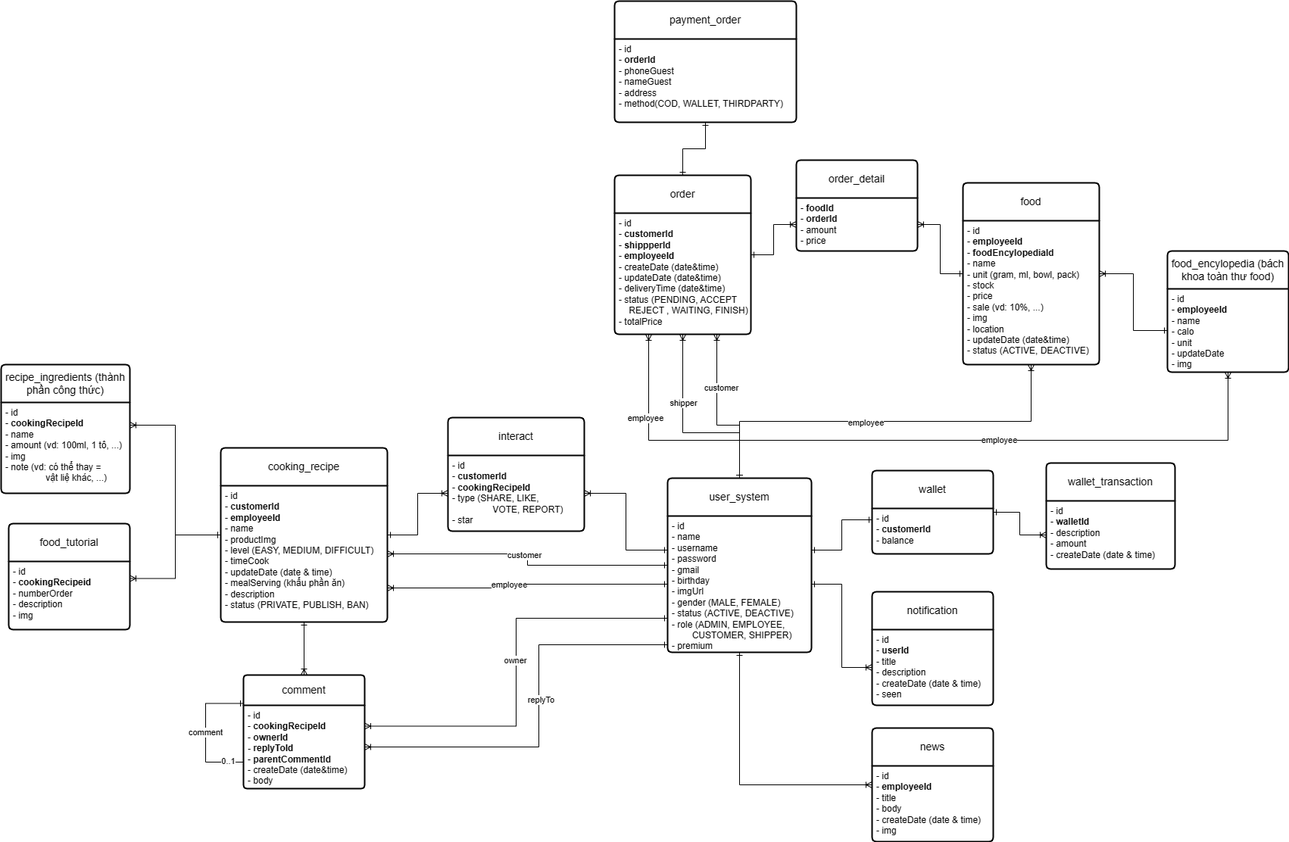
Above: Documents/energy_handbook-database.drawio.png in BlueEyesssss/energy-handbook (draw.io), before the change. Source tidied: cells renumbered, new cells last; positions are measured from the earlier drawing's top-left corner, leaving out a move shared by most shapes.
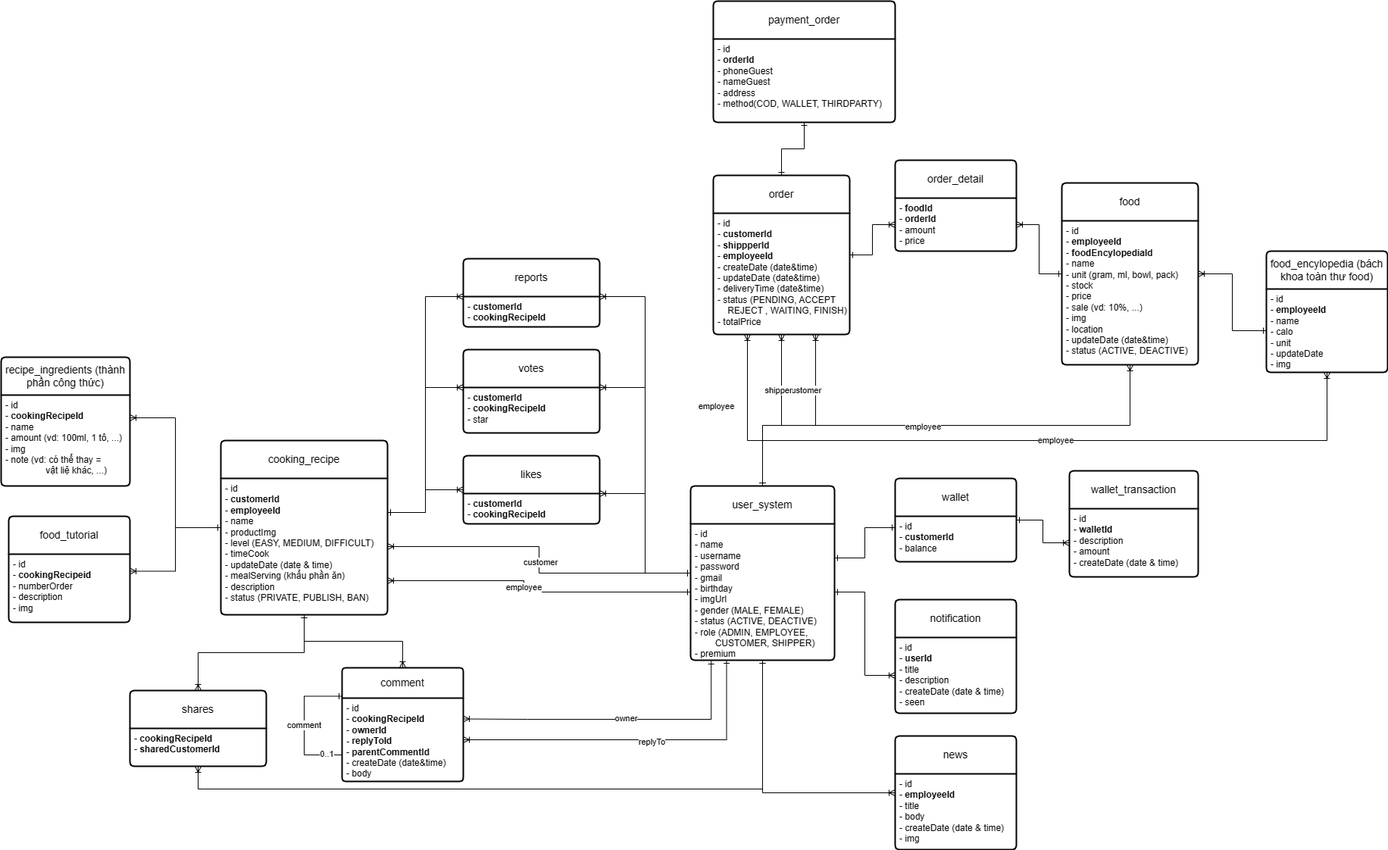
After the change.

The edit, as a diff of the source:
```diff
@@ -4,5 +4,2 @@
     <mxCell id="1" parent="0" />
-    <mxCell id="2" style="edgeStyle=orthogonalEdgeStyle;rounded=0;jettySize=auto;html=1;entryX=1;entryY=0.5;entryDx=0;entryDy=0;startArrow=ERone;startFill=0;endArrow=ERoneToMany;endFill=0;exitX=0;exitY=0.25;exitDx=0;exitDy=0;" parent="1" edge="1" source="18" target="48">
-      <mxGeometry relative="1" as="geometry" />
-    </mxCell>
     <mxCell id="3" style="edgeStyle=orthogonalEdgeStyle;rounded=0;jettySize=auto;html=1;entryX=1;entryY=0.5;entryDx=0;entryDy=0;startArrow=ERone;startFill=0;endArrow=ERoneToMany;endFill=0;" parent="1" edge="1" source="17" target="27">
@@ -12,3 +9,3 @@
       <mxGeometry x="0.16" y="1" relative="1" as="geometry">
-        <mxPoint x="19" as="offset" />
+        <mxPoint x="19" y="19" as="offset" />
       </mxGeometry>
@@ -24,3 +21,3 @@
         <Array as="points">
-          <mxPoint x="975" y="560" />
+          <mxPoint x="875" y="560" />
           <mxPoint x="945" y="560" />
@@ -37,4 +34,4 @@
         <Array as="points">
-          <mxPoint x="975" y="570" />
-          <mxPoint x="900" y="570" />
+          <mxPoint x="875" y="560" />
+          <mxPoint x="900" y="560" />
         </Array>
@@ -50,3 +47,3 @@
         <Array as="points">
-          <mxPoint x="975" y="580" />
+          <mxPoint x="875" y="580" />
           <mxPoint x="855" y="580" />
@@ -63,3 +60,3 @@
         <Array as="points">
-          <mxPoint x="975" y="580" />
+          <mxPoint x="875" y="580" />
           <mxPoint x="1620" y="580" />
@@ -71,7 +68,6 @@
     </mxCell>
-    <mxCell id="15" style="edgeStyle=orthogonalEdgeStyle;rounded=0;jettySize=auto;html=1;entryX=1;entryY=0.5;entryDx=0;entryDy=0;startArrow=ERone;startFill=0;endArrow=ERoneToMany;endFill=0;" parent="1" edge="1" source="17" target="50">
+    <mxCell id="15" style="edgeStyle=orthogonalEdgeStyle;rounded=0;jettySize=auto;html=1;entryX=1;entryY=0.5;entryDx=0;entryDy=0;startArrow=ERone;startFill=0;endArrow=ERoneToMany;endFill=0;exitX=0.25;exitY=1;exitDx=0;exitDy=0;" parent="1" edge="1" source="18" target="50">
       <mxGeometry relative="1" as="geometry">
         <Array as="points">
-          <mxPoint x="710" y="850" />
-          <mxPoint x="710" y="985" />
+          <mxPoint x="828" y="975" />
         </Array>
@@ -82,4 +78,36 @@
     </mxCell>
+    <mxCell id="66" style="edgeStyle=orthogonalEdgeStyle;rounded=0;jettySize=auto;html=1;entryX=0.5;entryY=1;entryDx=0;entryDy=0;exitX=0.5;exitY=1;exitDx=0;exitDy=0;startArrow=ERone;startFill=0;endArrow=ERoneToMany;endFill=0;" parent="1" edge="1" source="18" target="78">
+      <mxGeometry relative="1" as="geometry">
+        <Array as="points">
+          <mxPoint x="875" y="1040" />
+          <mxPoint x="130" y="1040" />
+        </Array>
+      </mxGeometry>
+    </mxCell>
+    <mxCell id="67" style="edgeStyle=orthogonalEdgeStyle;rounded=0;jettySize=auto;html=1;entryX=1;entryY=0;entryDx=0;entryDy=0;startArrow=ERone;startFill=0;endArrow=ERoneToMany;endFill=0;" parent="1" edge="1" source="17" target="72">
+      <mxGeometry relative="1" as="geometry">
+        <Array as="points">
+          <mxPoint x="720" y="755" />
+          <mxPoint x="720" y="650" />
+        </Array>
+      </mxGeometry>
+    </mxCell>
+    <mxCell id="68" style="edgeStyle=orthogonalEdgeStyle;rounded=0;jettySize=auto;html=1;entryX=1;entryY=0;entryDx=0;entryDy=0;startArrow=ERone;startFill=0;endArrow=ERoneToMany;endFill=0;" parent="1" edge="1" source="17" target="74">
+      <mxGeometry relative="1" as="geometry">
+        <Array as="points">
+          <mxPoint x="720" y="755" />
+          <mxPoint x="720" y="510" />
+        </Array>
+      </mxGeometry>
+    </mxCell>
+    <mxCell id="69" style="edgeStyle=orthogonalEdgeStyle;rounded=0;jettySize=auto;html=1;entryX=1;entryY=0;entryDx=0;entryDy=0;startArrow=ERone;startFill=0;endArrow=ERoneToMany;endFill=0;" parent="1" edge="1" source="17" target="76">
+      <mxGeometry relative="1" as="geometry">
+        <Array as="points">
+          <mxPoint x="720" y="755" />
+          <mxPoint x="720" y="390" />
+        </Array>
+      </mxGeometry>
+    </mxCell>
     <mxCell id="17" value="user_system" style="swimlane;horizontal=1;startSize=50;rounded=1;fontSize=14;fontStyle=0;strokeWidth=2;shadow=0;dashed=0;align=center;arcSize=4;whiteSpace=wrap;html=1;" parent="1" vertex="1">
-      <mxGeometry x="880" y="630" width="190" height="230" as="geometry" />
+      <mxGeometry x="780" y="640" width="190" height="230" as="geometry" />
     </mxCell>
@@ -106,7 +134,12 @@
     </mxCell>
-    <mxCell id="25" style="edgeStyle=orthogonalEdgeStyle;rounded=0;jettySize=auto;html=1;entryX=0;entryY=0.5;entryDx=0;entryDy=0;startArrow=ERone;startFill=0;endArrow=ERoneToMany;endFill=0;" parent="1" edge="1" source="26" target="48">
-      <mxGeometry relative="1" as="geometry" />
-    </mxCell>
+    <mxCell id="70" style="edgeStyle=orthogonalEdgeStyle;rounded=0;jettySize=auto;html=1;entryX=0;entryY=0;entryDx=0;entryDy=0;exitX=1;exitY=0.25;exitDx=0;exitDy=0;startArrow=ERone;startFill=0;endArrow=ERoneToMany;endFill=0;" parent="1" edge="1" source="27" target="76">
+      <mxGeometry relative="1" as="geometry">
+        <Array as="points">
+          <mxPoint x="430" y="675" />
+          <mxPoint x="430" y="390" />
+        </Array>
+      </mxGeometry>
+    </mxCell>
     <mxCell id="26" value="cooking_recipe" style="swimlane;horizontal=1;startSize=50;rounded=1;fontSize=14;fontStyle=0;strokeWidth=2;shadow=0;dashed=0;align=center;arcSize=4;whiteSpace=wrap;html=1;" parent="1" vertex="1">
-      <mxGeometry x="290" y="590" width="220" height="230" as="geometry" />
+      <mxGeometry x="160" y="580" width="220" height="230" as="geometry" />
     </mxCell>
@@ -116,3 +149,3 @@
     <mxCell id="28" value="notification" style="swimlane;horizontal=1;startSize=50;rounded=1;fontSize=14;fontStyle=0;strokeWidth=2;shadow=0;dashed=0;align=center;arcSize=4;whiteSpace=wrap;html=1;" parent="1" vertex="1">
-      <mxGeometry x="1150" y="780" width="160" height="150" as="geometry" />
+      <mxGeometry x="1050" y="790" width="160" height="150" as="geometry" />
     </mxCell>
@@ -125,3 +158,3 @@
     <mxCell id="31" value="wallet" style="swimlane;horizontal=1;startSize=50;rounded=1;fontSize=14;fontStyle=0;strokeWidth=2;shadow=0;dashed=0;align=center;arcSize=4;whiteSpace=wrap;html=1;" parent="1" vertex="1">
-      <mxGeometry x="1150" y="620" width="160" height="110" as="geometry" />
+      <mxGeometry x="1050" y="630" width="160" height="110" as="geometry" />
     </mxCell>
@@ -131,3 +164,3 @@
     <mxCell id="33" value="wallet_transaction" style="swimlane;horizontal=1;startSize=50;rounded=1;fontSize=14;fontStyle=0;strokeWidth=2;shadow=0;dashed=0;align=center;arcSize=4;whiteSpace=wrap;html=1;" parent="1" vertex="1">
-      <mxGeometry x="1380" y="610" width="170" height="140" as="geometry" />
+      <mxGeometry x="1280" y="620" width="170" height="140" as="geometry" />
     </mxCell>
@@ -161,3 +194,3 @@
     <mxCell id="43" value="recipe_ingredients (thành phần công thức)" style="swimlane;horizontal=1;startSize=50;rounded=1;fontSize=14;fontStyle=0;strokeWidth=2;shadow=0;dashed=0;align=center;arcSize=4;whiteSpace=wrap;html=1;" parent="1" vertex="1">
-      <mxGeometry y="480" width="170" height="170" as="geometry" />
+      <mxGeometry x="-130" y="470" width="170" height="170" as="geometry" />
     </mxCell>
@@ -167,3 +200,3 @@
     <mxCell id="45" value="food_tutorial" style="swimlane;horizontal=1;startSize=50;rounded=1;fontSize=14;fontStyle=0;strokeWidth=2;shadow=0;dashed=0;align=center;arcSize=4;whiteSpace=wrap;html=1;" parent="1" vertex="1">
-      <mxGeometry x="10" y="690" width="160" height="140" as="geometry" />
+      <mxGeometry x="-120" y="680" width="160" height="140" as="geometry" />
     </mxCell>
@@ -172,10 +205,4 @@
     </mxCell>
-    <mxCell id="47" value="interact" style="swimlane;horizontal=1;startSize=50;rounded=1;fontSize=14;fontStyle=0;strokeWidth=2;shadow=0;dashed=0;align=center;arcSize=4;whiteSpace=wrap;html=1;" parent="1" vertex="1">
-      <mxGeometry x="590" y="550" width="180" height="150" as="geometry" />
-    </mxCell>
-    <mxCell id="48" value="&lt;div&gt;- id&lt;/div&gt;-&amp;nbsp;&lt;b&gt;customerId&lt;/b&gt;&lt;div&gt;- &lt;b&gt;cookingRecipeId&lt;/b&gt;&lt;/div&gt;&lt;div&gt;- type (SHARE, LIKE,&amp;nbsp;&lt;/div&gt;&lt;div&gt;&lt;span style=&quot;white-space: pre;&quot;&gt;&#9;&lt;/span&gt;&lt;span style=&quot;white-space: pre;&quot;&gt;&#9;&lt;/span&gt;VOTE, REPORT)&lt;/div&gt;&lt;div&gt;- star&lt;/div&gt;" style="align=left;strokeColor=none;fillColor=none;spacingLeft=4;fontSize=12;verticalAlign=top;html=1;" parent="47" vertex="1">
-      <mxGeometry y="50" width="180" height="100" as="geometry" />
-    </mxCell>
     <mxCell id="49" value="comment" style="swimlane;horizontal=1;startSize=40;rounded=1;fontSize=14;fontStyle=0;strokeWidth=2;shadow=0;dashed=0;align=center;arcSize=4;whiteSpace=wrap;html=1;" parent="1" vertex="1">
-      <mxGeometry x="320" y="890" width="160" height="150" as="geometry" />
+      <mxGeometry x="320" y="880" width="160" height="150" as="geometry" />
     </mxCell>
@@ -204,4 +231,9 @@
     </mxCell>
-    <mxCell id="55" style="edgeStyle=orthogonalEdgeStyle;rounded=0;jettySize=auto;html=1;entryX=1;entryY=0.25;entryDx=0;entryDy=0;endArrow=ERoneToMany;endFill=0;startArrow=ERone;startFill=0;exitX=0;exitY=0.75;exitDx=0;exitDy=0;" parent="1" edge="1" source="18" target="50">
-      <mxGeometry relative="1" as="geometry" />
+    <mxCell id="55" style="edgeStyle=orthogonalEdgeStyle;rounded=0;jettySize=auto;html=1;entryX=1;entryY=0.25;entryDx=0;entryDy=0;endArrow=ERoneToMany;endFill=0;startArrow=ERone;startFill=0;exitX=0.143;exitY=1.006;exitDx=0;exitDy=0;exitPerimeter=0;" parent="1" edge="1" source="18" target="50">
+      <mxGeometry relative="1" as="geometry">
+        <Array as="points">
+          <mxPoint x="807" y="948" />
+          <mxPoint x="565" y="948" />
+        </Array>
+      </mxGeometry>
     </mxCell>
@@ -219,4 +251,4 @@
         <Array as="points">
-          <mxPoint x="670" y="770" />
-          <mxPoint x="670" y="775" />
+          <mxPoint x="560" y="780" />
+          <mxPoint x="560" y="765" />
         </Array>
@@ -230,3 +262,3 @@
     <mxCell id="61" value="news" style="swimlane;horizontal=1;startSize=50;rounded=1;fontSize=14;fontStyle=0;strokeWidth=2;shadow=0;dashed=0;align=center;arcSize=4;whiteSpace=wrap;html=1;" parent="1" vertex="1">
-      <mxGeometry x="1150" y="960" width="160" height="150" as="geometry" />
+      <mxGeometry x="1050" y="970" width="160" height="150" as="geometry" />
     </mxCell>
@@ -244,2 +276,40 @@
     </mxCell>
+    <mxCell id="71" value="likes" style="swimlane;horizontal=1;startSize=50;rounded=1;fontSize=14;fontStyle=0;strokeWidth=2;shadow=0;dashed=0;align=center;arcSize=4;whiteSpace=wrap;html=1;" parent="1" vertex="1">
+      <mxGeometry x="480" y="600" width="180" height="90" as="geometry" />
+    </mxCell>
+    <mxCell id="72" value="&lt;div&gt;&lt;span style=&quot;background-color: initial;&quot;&gt;-&amp;nbsp;&lt;/span&gt;&lt;b style=&quot;background-color: initial;&quot;&gt;customerId&lt;/b&gt;&lt;/div&gt;&lt;div&gt;- &lt;b&gt;cookingRecipeId&lt;/b&gt;&lt;/div&gt;" style="align=left;strokeColor=none;fillColor=none;spacingLeft=4;fontSize=12;verticalAlign=top;html=1;" parent="71" vertex="1">
+      <mxGeometry y="50" width="180" height="40" as="geometry" />
+    </mxCell>
+    <mxCell id="73" value="votes" style="swimlane;horizontal=1;startSize=50;rounded=1;fontSize=14;fontStyle=0;strokeWidth=2;shadow=0;dashed=0;align=center;arcSize=4;whiteSpace=wrap;html=1;" parent="1" vertex="1">
+      <mxGeometry x="480" y="460" width="180" height="110" as="geometry" />
+    </mxCell>
+    <mxCell id="74" value="&lt;div&gt;&lt;span style=&quot;background-color: initial;&quot;&gt;-&amp;nbsp;&lt;/span&gt;&lt;b style=&quot;background-color: initial;&quot;&gt;customerId&lt;/b&gt;&lt;/div&gt;&lt;div&gt;- &lt;b&gt;cookingRecipeId&lt;/b&gt;&lt;/div&gt;&lt;div&gt;- star&lt;/div&gt;" style="align=left;strokeColor=none;fillColor=none;spacingLeft=4;fontSize=12;verticalAlign=top;html=1;" parent="73" vertex="1">
+      <mxGeometry y="50" width="180" height="60" as="geometry" />
+    </mxCell>
+    <mxCell id="75" value="reports" style="swimlane;horizontal=1;startSize=50;rounded=1;fontSize=14;fontStyle=0;strokeWidth=2;shadow=0;dashed=0;align=center;arcSize=4;whiteSpace=wrap;html=1;" parent="1" vertex="1">
+      <mxGeometry x="480" y="340" width="180" height="90" as="geometry" />
+    </mxCell>
+    <mxCell id="76" value="&lt;div&gt;&lt;span style=&quot;background-color: initial;&quot;&gt;-&amp;nbsp;&lt;/span&gt;&lt;b style=&quot;background-color: initial;&quot;&gt;customerId&lt;/b&gt;&lt;/div&gt;&lt;div&gt;- &lt;b&gt;cookingRecipeId&lt;/b&gt;&lt;/div&gt;" style="align=left;strokeColor=none;fillColor=none;spacingLeft=4;fontSize=12;verticalAlign=top;html=1;" parent="75" vertex="1">
+      <mxGeometry y="50" width="180" height="40" as="geometry" />
+    </mxCell>
+    <mxCell id="77" value="shares" style="swimlane;horizontal=1;startSize=50;rounded=1;fontSize=14;fontStyle=0;strokeWidth=2;shadow=0;dashed=0;align=center;arcSize=4;whiteSpace=wrap;html=1;" parent="1" vertex="1">
+      <mxGeometry x="40" y="910" width="180" height="100" as="geometry" />
+    </mxCell>
+    <mxCell id="78" value="&lt;div&gt;&lt;span style=&quot;background-color: initial;&quot;&gt;- &lt;/span&gt;&lt;b style=&quot;background-color: initial;&quot;&gt;cookingRecipeId&lt;/b&gt;&lt;br&gt;&lt;/div&gt;&lt;div&gt;- &lt;b&gt;sharedCustomerId&lt;/b&gt;&lt;/div&gt;" style="align=left;strokeColor=none;fillColor=none;spacingLeft=4;fontSize=12;verticalAlign=top;html=1;" parent="77" vertex="1">
+      <mxGeometry y="50" width="180" height="50" as="geometry" />
+    </mxCell>
+    <mxCell id="79" style="edgeStyle=orthogonalEdgeStyle;rounded=0;jettySize=auto;html=1;entryX=0.5;entryY=0;entryDx=0;entryDy=0;startArrow=ERone;startFill=0;endArrow=ERoneToMany;endFill=0;" parent="1" edge="1" source="27" target="77">
+      <mxGeometry relative="1" as="geometry" />
+    </mxCell>
+    <mxCell id="80" style="edgeStyle=orthogonalEdgeStyle;rounded=0;jettySize=auto;html=1;entryX=0;entryY=0.5;entryDx=0;entryDy=0;exitX=1;exitY=0.25;exitDx=0;exitDy=0;startArrow=ERone;startFill=0;endArrow=ERoneToMany;endFill=0;" parent="1" edge="1" source="27" target="71">
+      <mxGeometry relative="1" as="geometry" />
+    </mxCell>
+    <mxCell id="81" style="edgeStyle=orthogonalEdgeStyle;rounded=0;jettySize=auto;html=1;entryX=0;entryY=0;entryDx=0;entryDy=0;exitX=1;exitY=0.25;exitDx=0;exitDy=0;startArrow=ERone;startFill=0;endArrow=ERoneToMany;endFill=0;" parent="1" edge="1" source="27" target="74">
+      <mxGeometry relative="1" as="geometry">
+        <Array as="points">
+          <mxPoint x="430" y="675" />
+          <mxPoint x="430" y="510" />
+        </Array>
+      </mxGeometry>
+    </mxCell>
   </root>
```
